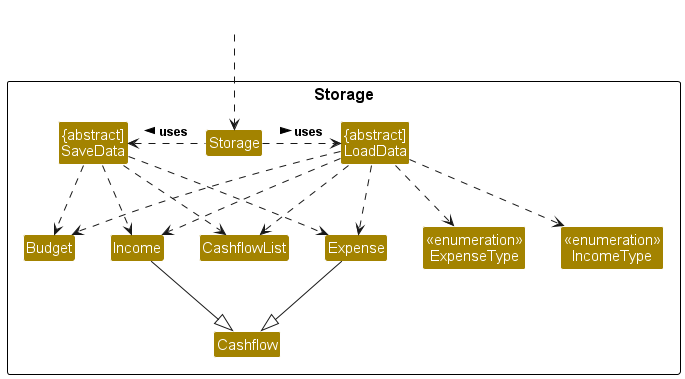
The PlantUML diagram docs/images/Storage.png in nus-cs2113-AY2324S1/tp, before a commit.
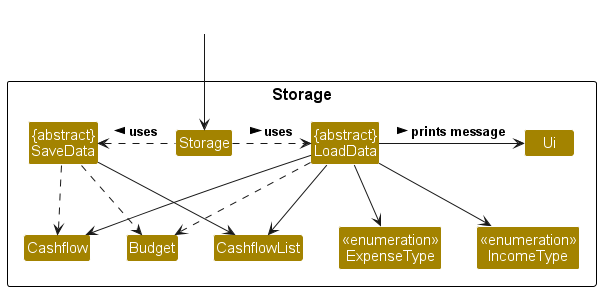
After the change.

Commit message:
Update storage diagram

Change to the diagram source:
```diff
@@ -4,33 +4,30 @@
 
 package Storage as StoragePackage {
 Class Storage
-Class "{abstract]\nLoadData" as LoadData
-Class "{abstract]\nSaveData" as SaveData
+Class "{abstract}\nLoadData" as LoadData
+Class "{abstract}\nSaveData" as SaveData
 Class CashflowList
 Class Budget
 Class Cashflow
-Class Expense
-Class Income
 Class "<<enumeration>>\nExpenseType" as ExpenseType
 Class "<<enumeration>>\nIncomeType" as IncomeType
+Class Ui
 }
 
 Class FinancialPlanner #FFFFFF
-FinancialPlanner ..> Storage
+FinancialPlanner --> Storage
 
 Storage .right.-> LoadData: uses >
 Storage .left.> SaveData: uses >
-SaveData ..> CashflowList
+SaveData --> CashflowList
 SaveData ..> Budget
-LoadData ..> CashflowList
+SaveData ..> Cashflow
+
+LoadData --> CashflowList
 LoadData ..> Budget
-LoadData ..> ExpenseType
-LoadData ..> IncomeType
-SaveData ..> Expense
-SaveData ..> Income
-LoadData ..> Expense
-LoadData ..> Income
-Expense -down-|> Cashflow
-Income -down-|> Cashflow
+LoadData --> ExpenseType
+LoadData --> IncomeType
+LoadData --> Cashflow
+LoadData -right-> Ui: prints message >
 
 @enduml
```
